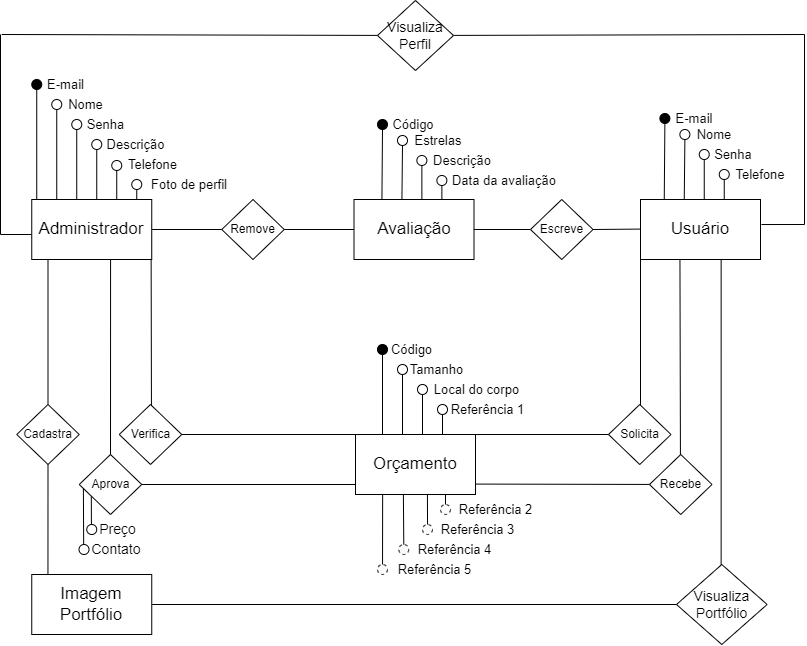
Earlier version of the draw.io export Banco de Dados/Conceptual Model.png (smlltox/ProjetoIntegrado). Source tidied: cells renumbered, new cells last; positions are measured from the earlier drawing's top-left corner, leaving out a move shared by most shapes.
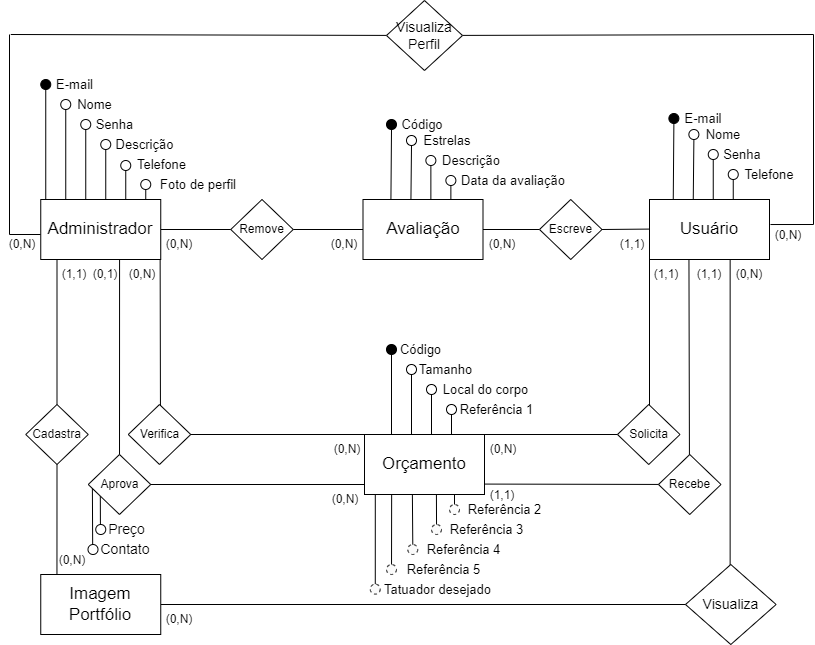
The same file after the commit.

Change to the diagram source:
```diff
@@ -2,6 +2,20 @@
   <root>
     <mxCell id="0" />
     <mxCell id="1" parent="0" />
+    <mxCell id="111" style="ellipse;whiteSpace=wrap;html=1;fillColor=#FAFAFA;fontSize=17;dashed=1;" parent="1" vertex="1">
+      <mxGeometry x="360.8" y="583.6" width="10" height="10" as="geometry" />
+    </mxCell>
+    <mxCell id="112" style="endArrow=none;html=1;rounded=0;fontSize=17;exitX=0.09;exitY=0.767;exitDx=0;exitDy=0;exitPerimeter=0;" parent="1" edge="1" source="106">
+      <mxGeometry relative="1" as="geometry">
+        <mxPoint x="365.8" y="583.6" as="targetPoint" />
+      </mxGeometry>
+    </mxCell>
+    <mxCell id="113" value="Tatuador desejado" style="text;html=1;strokeColor=none;fillColor=none;align=center;verticalAlign=middle;whiteSpace=wrap;rounded=0;fontSize=13;" parent="1" vertex="1">
+      <mxGeometry x="368.2" y="583.6" width="120.8" height="10" as="geometry" />
+    </mxCell>
+    <mxCell id="114" style="ellipse;whiteSpace=wrap;html=1;strokeColor=#ffffff;" parent="1" vertex="1">
+      <mxGeometry x="-8.8" y="74" width="10" height="20" as="geometry" />
+    </mxCell>
     <mxCell id="2" style="endArrow=none;html=1;rounded=0;fontSize=17;" parent="1" edge="1">
       <mxGeometry relative="1" as="geometry">
         <mxPoint x="445" y="484" as="sourcePoint" />
@@ -229,7 +243,7 @@
     <mxCell id="58" value="Usuário" style="rounded=0;whiteSpace=wrap;html=1;fontSize=17;" parent="1" vertex="1">
       <mxGeometry x="640" y="199" width="120" height="60" as="geometry" />
     </mxCell>
-    <mxCell id="59" value="&lt;font style=&quot;font-size: 14px;&quot;&gt;Visualiza&lt;br&gt;Portfólio&lt;/font&gt;" style="rhombus;whiteSpace=wrap;html=1;" parent="1" vertex="1">
+    <mxCell id="59" value="&lt;font style=&quot;font-size: 14px;&quot;&gt;Visualiza&lt;br&gt;&lt;/font&gt;" style="rhombus;whiteSpace=wrap;html=1;" parent="1" vertex="1">
       <mxGeometry x="676" y="564" width="90.6" height="80" as="geometry" />
     </mxCell>
     <mxCell id="60" style="endArrow=none;html=1;rounded=0;entryX=0.5;entryY=1;entryDx=0;entryDy=0;" parent="1" edge="1">
@@ -431,5 +445,59 @@
     <mxCell id="110" value="Referência 5" style="text;html=1;strokeColor=none;fillColor=none;align=center;verticalAlign=middle;whiteSpace=wrap;rounded=0;fontSize=13;" parent="1" vertex="1">
       <mxGeometry x="384.5" y="564" width="98.8" height="10" as="geometry" />
     </mxCell>
+    <mxCell id="115" value="(1,1)" style="text;html=1;strokeColor=none;fillColor=none;align=center;verticalAlign=middle;whiteSpace=wrap;rounded=0;" parent="1" vertex="1">
+      <mxGeometry x="592.5" y="229" width="60" height="30" as="geometry" />
+    </mxCell>
+    <mxCell id="116" value="(0,N)" style="text;html=1;strokeColor=none;fillColor=none;align=center;verticalAlign=middle;whiteSpace=wrap;rounded=0;" parent="1" vertex="1">
+      <mxGeometry x="-6.5" y="229" width="37.8" height="30" as="geometry" />
+    </mxCell>
+    <mxCell id="117" value="(0,N)" style="text;html=1;strokeColor=none;fillColor=none;align=center;verticalAlign=middle;whiteSpace=wrap;rounded=0;" parent="1" vertex="1">
+      <mxGeometry x="151.2" y="229" width="37.8" height="30" as="geometry" />
+    </mxCell>
+    <mxCell id="118" value="(0,N)" style="text;html=1;strokeColor=none;fillColor=none;align=center;verticalAlign=middle;whiteSpace=wrap;rounded=0;" parent="1" vertex="1">
+      <mxGeometry x="315.8" y="229" width="37.8" height="30" as="geometry" />
+    </mxCell>
+    <mxCell id="119" value="(0,N)" style="text;html=1;strokeColor=none;fillColor=none;align=center;verticalAlign=middle;whiteSpace=wrap;rounded=0;" parent="1" vertex="1">
+      <mxGeometry x="473.5" y="229" width="37.8" height="30" as="geometry" />
+    </mxCell>
+    <mxCell id="120" value="(0,N)" style="text;html=1;strokeColor=none;fillColor=none;align=center;verticalAlign=middle;whiteSpace=wrap;rounded=0;" parent="1" vertex="1">
+      <mxGeometry x="760" y="220" width="37.8" height="30" as="geometry" />
+    </mxCell>
+    <mxCell id="121" value="(0,N)" style="text;html=1;strokeColor=none;fillColor=none;align=center;verticalAlign=middle;whiteSpace=wrap;rounded=0;" parent="1" vertex="1">
+      <mxGeometry x="319" y="434" width="37.8" height="30" as="geometry" />
+    </mxCell>
+    <mxCell id="122" value="(0,N)" style="text;html=1;strokeColor=none;fillColor=none;align=center;verticalAlign=middle;whiteSpace=wrap;rounded=0;" parent="1" vertex="1">
+      <mxGeometry x="113.5" y="259" width="37.8" height="30" as="geometry" />
+    </mxCell>
+    <mxCell id="123" value="(0,N)" style="text;html=1;strokeColor=none;fillColor=none;align=center;verticalAlign=middle;whiteSpace=wrap;rounded=0;" parent="1" vertex="1">
+      <mxGeometry x="317.2" y="484" width="37.8" height="30" as="geometry" />
+    </mxCell>
+    <mxCell id="124" value="(0,1)" style="text;html=1;strokeColor=none;fillColor=none;align=center;verticalAlign=middle;whiteSpace=wrap;rounded=0;" parent="1" vertex="1">
+      <mxGeometry x="77.4" y="259" width="37.8" height="30" as="geometry" />
+    </mxCell>
+    <mxCell id="125" value="(0,N)" style="text;html=1;strokeColor=none;fillColor=none;align=center;verticalAlign=middle;whiteSpace=wrap;rounded=0;" parent="1" vertex="1">
+      <mxGeometry x="475" y="434" width="37.8" height="30" as="geometry" />
+    </mxCell>
+    <mxCell id="126" value="(1,1)" style="text;html=1;strokeColor=none;fillColor=none;align=center;verticalAlign=middle;whiteSpace=wrap;rounded=0;" parent="1" vertex="1">
+      <mxGeometry x="638.2" y="259" width="37.8" height="30" as="geometry" />
+    </mxCell>
+    <mxCell id="127" value="(1,1)" style="text;html=1;strokeColor=none;fillColor=none;align=center;verticalAlign=middle;whiteSpace=wrap;rounded=0;" parent="1" vertex="1">
+      <mxGeometry x="681.1" y="259" width="37.8" height="30" as="geometry" />
+    </mxCell>
+    <mxCell id="128" value="(1,1)" style="text;html=1;strokeColor=none;fillColor=none;align=center;verticalAlign=middle;whiteSpace=wrap;rounded=0;" parent="1" vertex="1">
+      <mxGeometry x="473.5" y="480" width="37.8" height="30" as="geometry" />
+    </mxCell>
+    <mxCell id="129" value="(0,N)" style="text;html=1;strokeColor=none;fillColor=none;align=center;verticalAlign=middle;whiteSpace=wrap;rounded=0;" parent="1" vertex="1">
+      <mxGeometry x="43.5" y="545" width="37.8" height="30" as="geometry" />
+    </mxCell>
+    <mxCell id="130" value="(1,1)" style="text;html=1;strokeColor=none;fillColor=none;align=center;verticalAlign=middle;whiteSpace=wrap;rounded=0;" parent="1" vertex="1">
+      <mxGeometry x="46.1" y="259" width="37.8" height="30" as="geometry" />
+    </mxCell>
+    <mxCell id="131" value="(0,N)" style="text;html=1;strokeColor=none;fillColor=none;align=center;verticalAlign=middle;whiteSpace=wrap;rounded=0;" parent="1" vertex="1">
+      <mxGeometry x="151.2" y="604" width="37.8" height="30" as="geometry" />
+    </mxCell>
+    <mxCell id="132" value="(0,N)" style="text;html=1;strokeColor=none;fillColor=none;align=center;verticalAlign=middle;whiteSpace=wrap;rounded=0;" parent="1" vertex="1">
+      <mxGeometry x="720.6" y="259" width="37.8" height="30" as="geometry" />
+    </mxCell>
   </root>
 </mxGraphModel>
```
